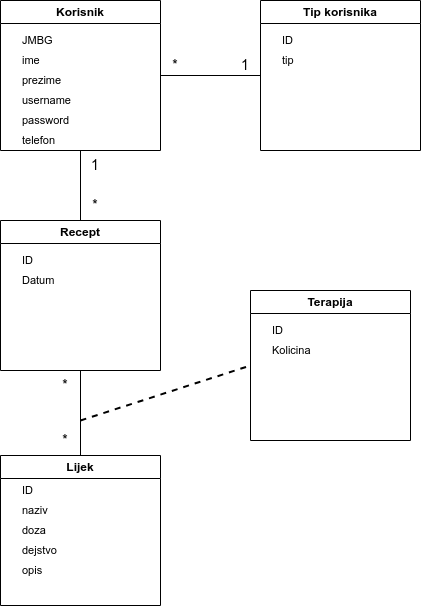
Earlier version of the draw.io export docs/Izvjestaj1/ClassDiagram.png (Balsa-Dogandzic/OnlinePharmacy). Source tidied: cells renumbered, new cells last; positions are measured from the earlier drawing's top-left corner, leaving out a move shared by most shapes.
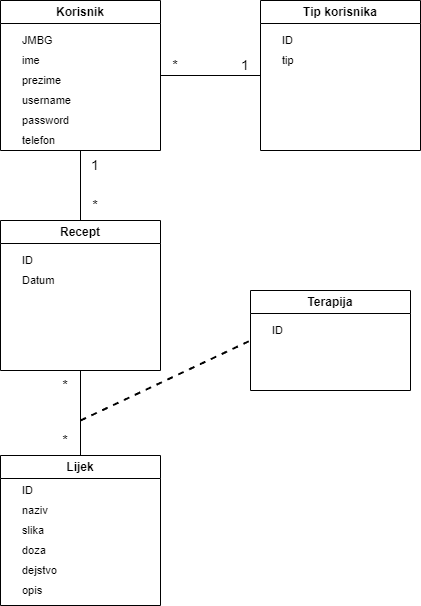
After the change.

Diff of the diagram source:
```diff
@@ -39,14 +39,17 @@
       <mxGeometry x="20" y="45" width="120" height="20" as="geometry" />
     </mxCell>
     <mxCell id="14" value="doza" style="text;html=1;align=left;verticalAlign=middle;whiteSpace=wrap;rounded=0;fontFamily=Helvetica;fontSize=11;fontColor=default;labelBackgroundColor=default;" parent="11" vertex="1">
-      <mxGeometry x="20" y="65" width="120" height="20" as="geometry" />
+      <mxGeometry x="20" y="85" width="120" height="20" as="geometry" />
     </mxCell>
     <mxCell id="15" value="dejstvo" style="text;html=1;align=left;verticalAlign=middle;whiteSpace=wrap;rounded=0;fontFamily=Helvetica;fontSize=11;fontColor=default;labelBackgroundColor=default;" parent="11" vertex="1">
-      <mxGeometry x="20" y="85" width="120" height="20" as="geometry" />
+      <mxGeometry x="20" y="105" width="120" height="20" as="geometry" />
     </mxCell>
     <mxCell id="16" value="opis" style="text;html=1;align=left;verticalAlign=middle;whiteSpace=wrap;rounded=0;fontFamily=Helvetica;fontSize=11;fontColor=default;labelBackgroundColor=default;" parent="11" vertex="1">
-      <mxGeometry x="20" y="105" width="120" height="20" as="geometry" />
+      <mxGeometry x="20" y="125" width="120" height="20" as="geometry" />
     </mxCell>
+    <mxCell id="34" value="slika" style="text;html=1;align=left;verticalAlign=middle;whiteSpace=wrap;rounded=0;fontFamily=Helvetica;fontSize=11;fontColor=default;labelBackgroundColor=default;" parent="11" vertex="1">
+      <mxGeometry x="20" y="65" width="120" height="20" as="geometry" />
+    </mxCell>
     <mxCell id="17" value="Tip korisnika" style="swimlane;whiteSpace=wrap;html=1;" parent="1" vertex="1">
       <mxGeometry x="260" width="160" height="150" as="geometry" />
     </mxCell>
@@ -57,14 +60,11 @@
       <mxGeometry x="20" y="50" width="120" height="20" as="geometry" />
     </mxCell>
     <mxCell id="20" value="Terapija" style="swimlane;whiteSpace=wrap;html=1;" parent="1" vertex="1">
-      <mxGeometry x="250" y="290" width="160" height="150" as="geometry" />
+      <mxGeometry x="250" y="290" width="160" height="100" as="geometry" />
     </mxCell>
     <mxCell id="21" value="ID" style="text;html=1;align=left;verticalAlign=middle;whiteSpace=wrap;rounded=0;fontFamily=Helvetica;fontSize=11;fontColor=default;labelBackgroundColor=default;" parent="20" vertex="1">
       <mxGeometry x="20" y="30" width="120" height="20" as="geometry" />
     </mxCell>
-    <mxCell id="22" value="Kolicina" style="text;html=1;align=left;verticalAlign=middle;whiteSpace=wrap;rounded=0;fontFamily=Helvetica;fontSize=11;fontColor=default;labelBackgroundColor=default;" parent="20" vertex="1">
-      <mxGeometry x="20" y="50" width="120" height="20" as="geometry" />
-    </mxCell>
     <mxCell id="23" style="edgeStyle=orthogonalEdgeStyle;rounded=0;jettySize=auto;html=1;exitX=0.5;exitY=1;exitDx=0;exitDy=0;entryX=0.5;entryY=0;entryDx=0;entryDy=0;strokeColor=default;align=center;verticalAlign=middle;fontFamily=Helvetica;fontSize=11;fontColor=default;labelBackgroundColor=default;endArrow=none;endFill=0;" parent="1" edge="1" source="24" target="11">
       <mxGeometry relative="1" as="geometry" />
     </mxCell>
```
